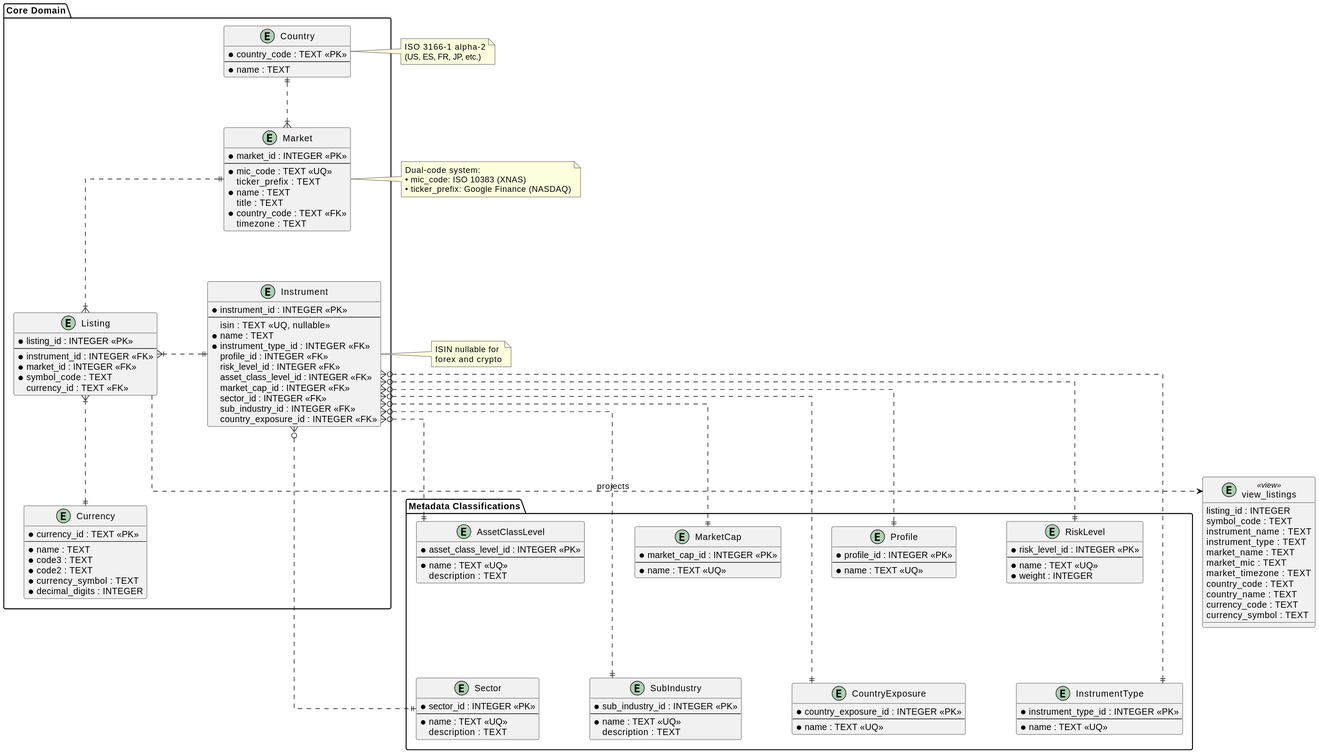
Before: packages/core/doc/images/data_model.svg, a diagram exported from PlantUML (jasset75/symb0l).
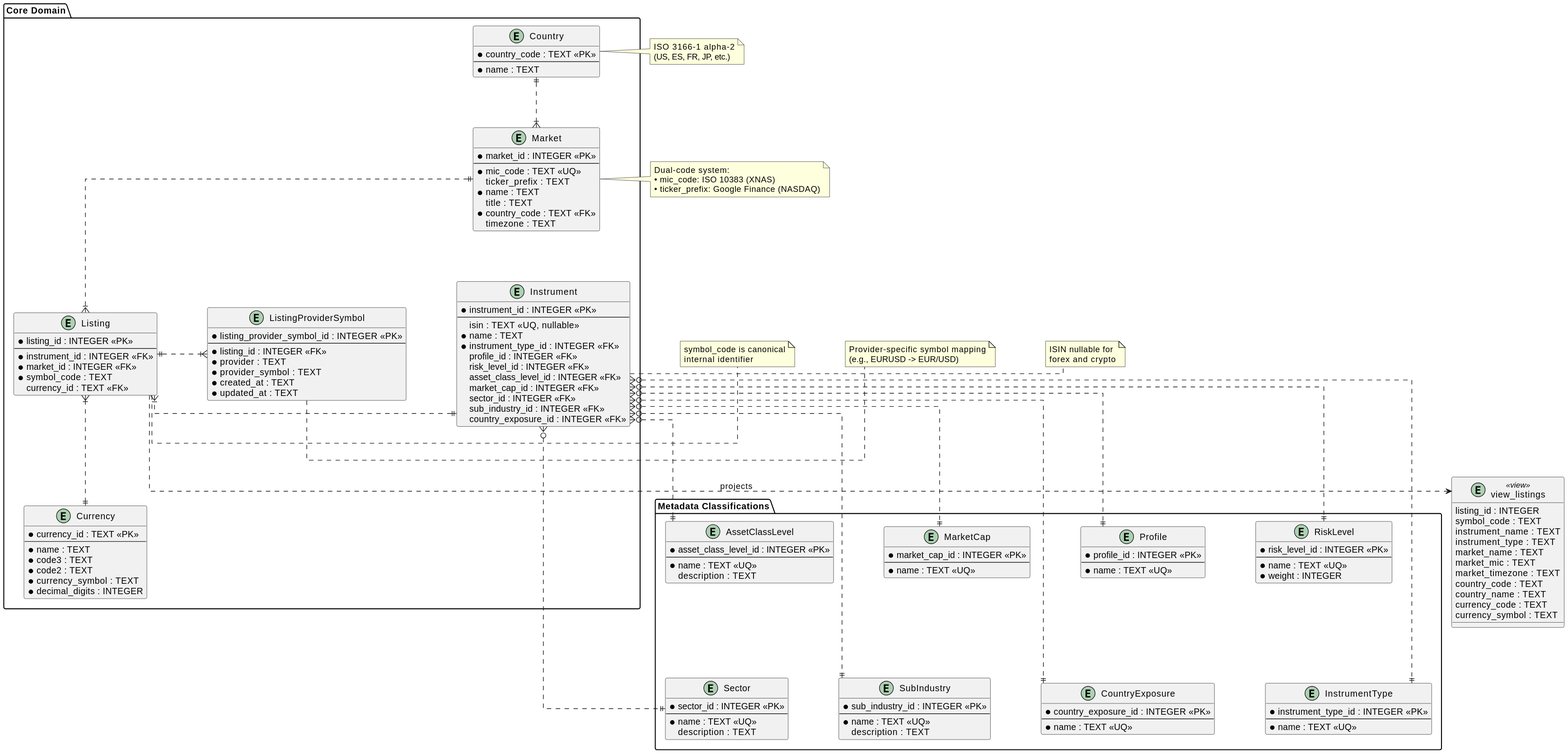
Above is the later version.

Change to the diagram source:
```diff
@@ -27,6 +27,16 @@
     *market_id : INTEGER <<FK>>
     *symbol_code : TEXT
     currency_id : TEXT <<FK>>
+  }
+
+  entity "ListingProviderSymbol" as listing_provider_symbol {
+    *listing_provider_symbol_id : INTEGER <<PK>>
+    --
+    *listing_id : INTEGER <<FK>>
+    *provider : TEXT
+    *provider_symbol : TEXT
+    *created_at : TEXT
+    *updated_at : TEXT
   }
 
   entity "Market" as market {
@@ -129,6 +139,7 @@
 market ||..d|{ listing
 instrument ||..r|{ listing
 currency ||..u|{ listing
+listing ||..r|{ listing_provider_symbol
 
 listing ..> view_listings : projects
 
@@ -165,4 +176,14 @@
   ISIN nullable for
   forex and crypto
 end note
+
+note right of listing
+  symbol_code is canonical
+  internal identifier
+end note
+
+note right of listing_provider_symbol
+  Provider-specific symbol mapping
+  (e.g., EURUSD -> EUR/USD)
+end note
 @enduml
```
